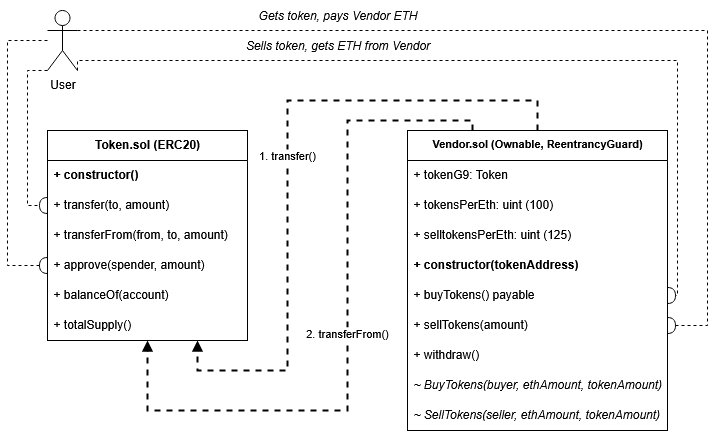
The draw.io diagram assets/contract-interaction.png in segment7/token-vendor, before a commit. Source tidied: cells renumbered, new cells last; positions are measured from the earlier drawing's top-left corner, leaving out a move shared by most shapes. The source it was exported from:
```xml
<mxGraphModel>
  <root>
    <mxCell id="0" />
    <mxCell id="1" parent="0" />
    <mxCell id="2" value="Token.sol (ERC20)" style="swimlane;fontStyle=1;align=center;verticalAlign=top;horizontal=1;startSize=30;" parent="1" vertex="1">
      <mxGeometry x="40" y="130" width="200" height="210" as="geometry" />
    </mxCell>
    <mxCell id="3" value="+ constructor()" style="text;align=left;strokeColor=none;fillColor=none;spacingLeft=4;fontStyle=1;" parent="2" vertex="1">
      <mxGeometry y="30" width="200" height="30" as="geometry" />
    </mxCell>
    <mxCell id="4" value="+ transfer(to, amount)" style="text;align=left;strokeColor=none;fillColor=none;spacingLeft=4;fontStyle=0;" parent="2" vertex="1">
      <mxGeometry y="60" width="200" height="30" as="geometry" />
    </mxCell>
    <mxCell id="5" value="+ transferFrom(from, to, amount)" style="text;align=left;strokeColor=none;fillColor=none;spacingLeft=4;fontStyle=0;" parent="2" vertex="1">
      <mxGeometry y="90" width="200" height="30" as="geometry" />
    </mxCell>
    <mxCell id="6" value="+ approve(spender, amount)" style="text;align=left;strokeColor=none;fillColor=none;spacingLeft=4;fontStyle=0;" parent="2" vertex="1">
      <mxGeometry y="120" width="200" height="30" as="geometry" />
    </mxCell>
    <mxCell id="7" value="+ balanceOf(account)" style="text;align=left;strokeColor=none;fillColor=none;spacingLeft=4;fontStyle=0;" parent="2" vertex="1">
      <mxGeometry y="150" width="200" height="30" as="geometry" />
    </mxCell>
    <mxCell id="8" value="+ totalSupply()" style="text;align=left;strokeColor=none;fillColor=none;spacingLeft=4;fontStyle=0;" parent="2" vertex="1">
      <mxGeometry y="180" width="200" height="30" as="geometry" />
    </mxCell>
    <mxCell id="9" value="Vendor.sol (Ownable, ReentrancyGuard)" style="swimlane;fontStyle=1;align=center;verticalAlign=top;horizontal=1;startSize=30;fontSize=11;" parent="1" vertex="1">
      <mxGeometry x="400" y="130" width="260" height="300" as="geometry" />
    </mxCell>
    <mxCell id="10" value="+ tokenG9: Token" style="text;align=left;strokeColor=none;fillColor=none;spacingLeft=4;fontStyle=0;" parent="9" vertex="1">
      <mxGeometry y="30" width="260" height="30" as="geometry" />
    </mxCell>
    <mxCell id="11" value="+ tokensPerEth: uint (100)" style="text;align=left;strokeColor=none;fillColor=none;spacingLeft=4;fontStyle=0;" parent="9" vertex="1">
      <mxGeometry y="60" width="260" height="30" as="geometry" />
    </mxCell>
    <mxCell id="12" value="+ selltokensPerEth: uint (125)" style="text;align=left;strokeColor=none;fillColor=none;spacingLeft=4;fontStyle=0;" parent="9" vertex="1">
      <mxGeometry y="90" width="260" height="30" as="geometry" />
    </mxCell>
    <mxCell id="13" value="+ constructor(tokenAddress)" style="text;align=left;strokeColor=none;fillColor=none;spacingLeft=4;fontStyle=1;" parent="9" vertex="1">
      <mxGeometry y="120" width="260" height="30" as="geometry" />
    </mxCell>
    <mxCell id="14" value="+ buyTokens() payable" style="text;align=left;strokeColor=none;fillColor=none;spacingLeft=4;fontStyle=0;" parent="9" vertex="1">
      <mxGeometry y="150" width="260" height="30" as="geometry" />
    </mxCell>
    <mxCell id="15" value="+ sellTokens(amount)" style="text;align=left;strokeColor=none;fillColor=none;spacingLeft=4;fontStyle=0;" parent="9" vertex="1">
      <mxGeometry y="180" width="260" height="30" as="geometry" />
    </mxCell>
    <mxCell id="16" value="+ withdraw()" style="text;align=left;strokeColor=none;fillColor=none;spacingLeft=4;fontStyle=0;" parent="9" vertex="1">
      <mxGeometry y="210" width="260" height="30" as="geometry" />
    </mxCell>
    <mxCell id="17" value="~ BuyTokens(buyer, ethAmount, tokenAmount)" style="text;align=left;strokeColor=none;fillColor=none;spacingLeft=4;fontStyle=2;" parent="9" vertex="1">
      <mxGeometry y="240" width="260" height="30" as="geometry" />
    </mxCell>
    <mxCell id="18" value="~ SellTokens(seller, ethAmount, tokenAmount)" style="text;align=left;strokeColor=none;fillColor=none;spacingLeft=4;fontStyle=2;" parent="9" vertex="1">
      <mxGeometry y="270" width="260" height="30" as="geometry" />
    </mxCell>
    <mxCell id="19" value="1. transfer()" style="edgeStyle=orthogonalEdgeStyle;rounded=0;comic=0;html=0;entryX=0.75;entryY=1;endArrow=block;endFill=1;strokeWidth=2;dashed=1;entryDx=0;entryDy=0;" parent="1" edge="1" target="8">
      <mxGeometry relative="1" as="geometry">
        <mxPoint x="530" y="130" as="sourcePoint" />
        <Array as="points">
          <mxPoint x="530" y="100" />
          <mxPoint x="280" y="100" />
          <mxPoint x="280" y="370" />
          <mxPoint x="190" y="370" />
        </Array>
      </mxGeometry>
    </mxCell>
    <mxCell id="20" value="2. transferFrom()" style="edgeStyle=orthogonalEdgeStyle;rounded=0;comic=0;html=0;exitX=0.25;exitY=0;entryX=0.5;entryY=1;endArrow=block;endFill=1;strokeWidth=2;dashed=1;exitDx=0;exitDy=0;" parent="1" edge="1" source="9" target="2">
      <mxGeometry relative="1" as="geometry">
        <Array as="points">
          <mxPoint x="465" y="120" />
          <mxPoint x="340" y="120" />
          <mxPoint x="340" y="410" />
          <mxPoint x="140" y="410" />
        </Array>
      </mxGeometry>
    </mxCell>
    <mxCell id="21" style="edgeStyle=orthogonalEdgeStyle;rounded=0;jettySize=auto;html=1;entryX=0;entryY=0.5;entryDx=0;entryDy=0;dashed=1;exitX=0;exitY=1;exitDx=0;exitDy=0;exitPerimeter=0;endArrow=halfCircle;endFill=0;" parent="1" edge="1" source="25" target="4">
      <mxGeometry relative="1" as="geometry">
        <Array as="points">
          <mxPoint x="20" y="70" />
          <mxPoint x="20" y="205" />
        </Array>
      </mxGeometry>
    </mxCell>
    <mxCell id="22" style="edgeStyle=orthogonalEdgeStyle;rounded=0;jettySize=auto;html=1;entryX=0;entryY=0.5;entryDx=0;entryDy=0;dashed=1;endArrow=halfCircle;endFill=0;" parent="1" edge="1" source="25" target="6">
      <mxGeometry relative="1" as="geometry">
        <Array as="points">
          <mxPoint y="40" />
          <mxPoint y="265" />
        </Array>
      </mxGeometry>
    </mxCell>
    <mxCell id="23" style="edgeStyle=orthogonalEdgeStyle;rounded=0;jettySize=auto;html=1;exitX=1;exitY=1;exitDx=0;exitDy=0;exitPerimeter=0;entryX=1;entryY=0.5;entryDx=0;entryDy=0;dashed=1;endArrow=halfCircle;endFill=0;" parent="1" edge="1" source="25" target="14">
      <mxGeometry relative="1" as="geometry">
        <Array as="points">
          <mxPoint x="70" y="60" />
          <mxPoint x="670" y="60" />
          <mxPoint x="670" y="295" />
        </Array>
      </mxGeometry>
    </mxCell>
    <mxCell id="24" style="edgeStyle=orthogonalEdgeStyle;rounded=0;jettySize=auto;html=1;entryX=1;entryY=0.5;entryDx=0;entryDy=0;exitX=1;exitY=0.3333333333333333;exitDx=0;exitDy=0;exitPerimeter=0;dashed=1;endArrow=halfCircle;endFill=0;" parent="1" edge="1" source="25" target="15">
      <mxGeometry relative="1" as="geometry">
        <Array as="points">
          <mxPoint x="700" y="30" />
          <mxPoint x="700" y="325" />
        </Array>
      </mxGeometry>
    </mxCell>
    <mxCell id="25" value="User" style="shape=umlActor;verticalLabelPosition=bottom;verticalAlign=top;html=1;outlineConnect=0;" parent="1" vertex="1">
      <mxGeometry x="40" y="10" width="30" height="60" as="geometry" />
    </mxCell>
    <mxCell id="26" value="Gets token, pays Vendor ETH" style="text;html=1;align=center;verticalAlign=middle;strokeColor=none;fillColor=none;fontStyle=2;" parent="1" vertex="1">
      <mxGeometry x="240" width="180" height="30" as="geometry" />
    </mxCell>
    <mxCell id="27" value="Sells token, gets ETH from Vendor" style="text;html=1;align=center;verticalAlign=middle;strokeColor=none;fillColor=none;fontStyle=2;" parent="1" vertex="1">
      <mxGeometry x="225" y="30" width="210" height="30" as="geometry" />
    </mxCell>
  </root>
</mxGraphModel>
```
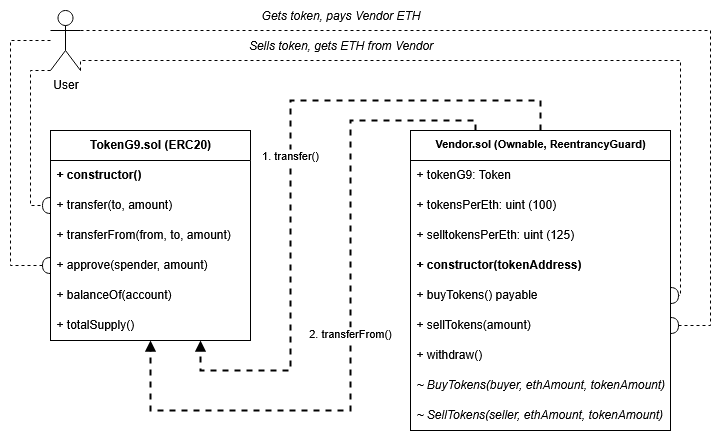
The same diagram one commit later.

The edit, as a diff of the source:
```diff
@@ -2,7 +2,7 @@
   <root>
     <mxCell id="0" />
     <mxCell id="1" parent="0" />
-    <mxCell id="2" value="Token.sol (ERC20)" style="swimlane;fontStyle=1;align=center;verticalAlign=top;horizontal=1;startSize=30;" parent="1" vertex="1">
+    <mxCell id="2" value="TokenG9.sol (ERC20)" style="swimlane;fontStyle=1;align=center;verticalAlign=top;horizontal=1;startSize=30;" parent="1" vertex="1">
       <mxGeometry x="40" y="130" width="200" height="210" as="geometry" />
     </mxCell>
     <mxCell id="3" value="+ constructor()" style="text;align=left;strokeColor=none;fillColor=none;spacingLeft=4;fontStyle=1;" parent="2" vertex="1">
```
